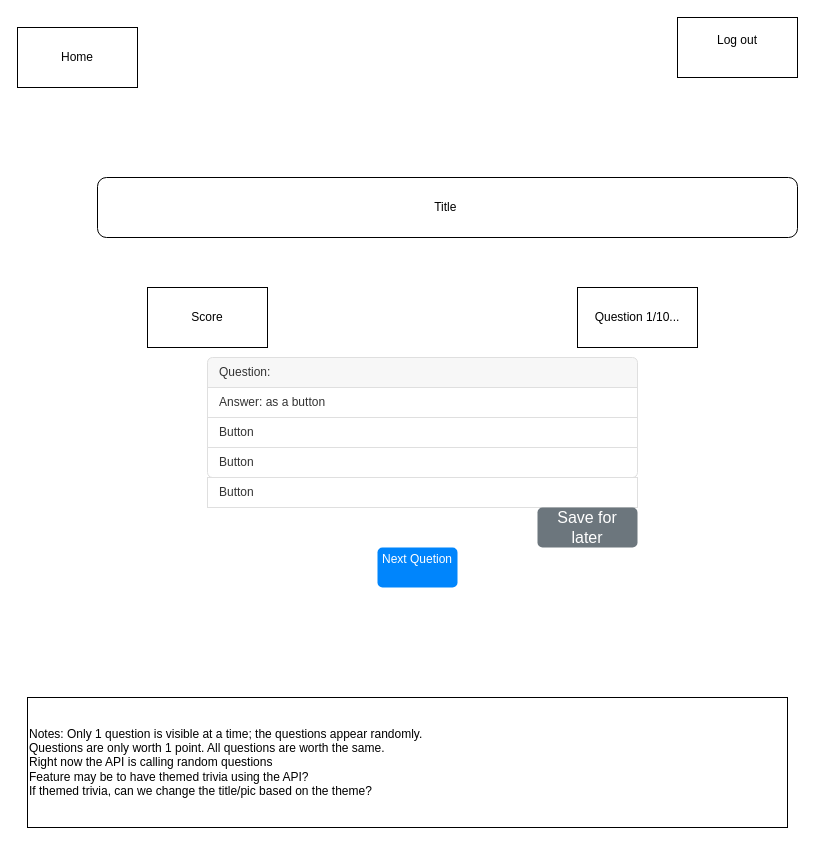
Earlier version of the draw.io diagram triviapage.drawio (Liz-Melcher/OnlineTriviaGame). Source tidied: cells renumbered, new cells numbered last; positions are measured from the earlier drawing's top-left corner, leaving out a move shared by most shapes. Both pictures are drawn from the tidied source at 100%, with x=0, y=0 at pixel (17, 17).
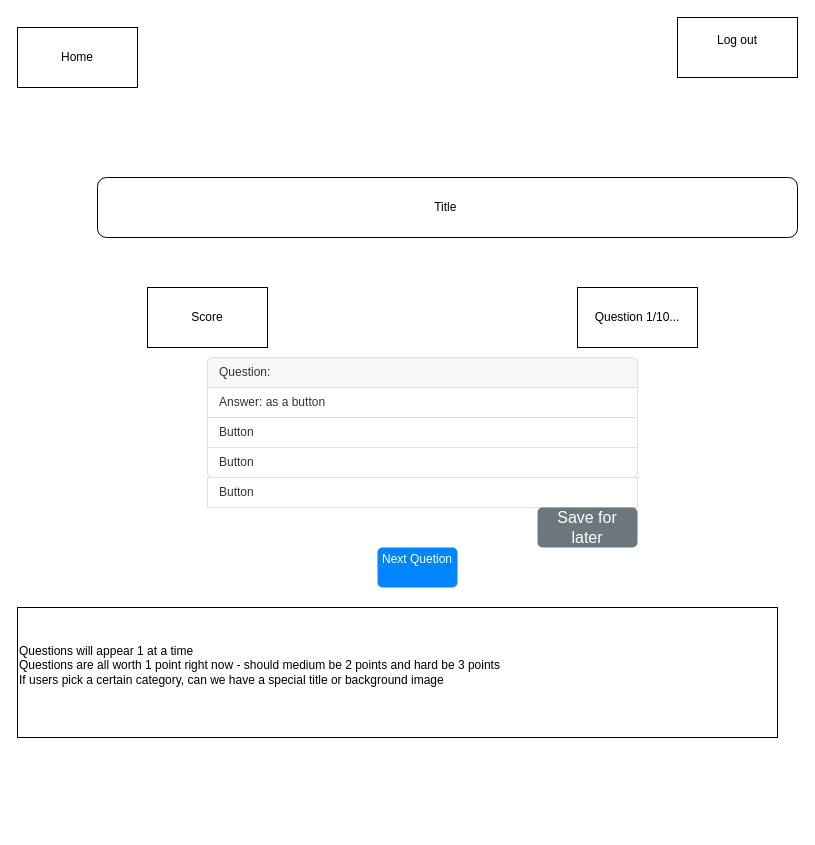
After the change.

What changed in the source:
```diff
@@
 <mxGraphModel>
   <root>
     <mxCell id="0" />
     <mxCell id="1" parent="0" />
     <mxCell id="2" value="Question:&amp;nbsp;&lt;span style=&quot;white-space: pre;&quot;&gt;&#9;&lt;/span&gt;" style="text;strokeColor=#DFDFDF;fillColor=#F7F7F7;align=left;verticalAlign=middle;spacingLeft=10;spacingRight=10;overflow=hidden;whiteSpace=wrap;html=1;shape=mxgraph.bootstrap.topButton;rSize=5;fontColor=#333333;" parent="1" vertex="1">
       <mxGeometry x="190" y="340" width="430" height="30" as="geometry" />
     </mxCell>
     <mxCell id="3" value="Answer: as a button" style="text;strokeColor=#DFDFDF;fillColor=#FFFFFF;align=left;verticalAlign=middle;spacingLeft=10;spacingRight=10;overflow=hidden;whiteSpace=wrap;html=1;rSize=5;fontColor=#333333;" parent="1" vertex="1">
       <mxGeometry x="190" y="370" width="430" height="30" as="geometry" />
     </mxCell>
     <mxCell id="4" value="Button&lt;span style=&quot;white-space: pre;&quot;&gt;&#9;&lt;/span&gt;" style="text;strokeColor=#DFDFDF;fillColor=#FFFFFF;align=left;verticalAlign=middle;spacingLeft=10;spacingRight=10;overflow=hidden;whiteSpace=wrap;html=1;rSize=5;fontColor=#333333;" parent="1" vertex="1">
       <mxGeometry x="190" y="400" width="430" height="30" as="geometry" />
     </mxCell>
     <mxCell id="5" value="Button" style="text;strokeColor=#DFDFDF;fillColor=#FFFFFF;align=left;verticalAlign=middle;spacingLeft=10;spacingRight=10;overflow=hidden;whiteSpace=wrap;html=1;shape=mxgraph.bootstrap.bottomButton;rSize=5;fontColor=#333333;" parent="1" vertex="1">
       <mxGeometry x="190" y="430" width="430" height="30" as="geometry" />
     </mxCell>
     <mxCell id="6" value="Button&amp;nbsp;" style="text;strokeColor=#DFDFDF;fillColor=#FFFFFF;align=left;verticalAlign=middle;spacingLeft=10;spacingRight=10;overflow=hidden;whiteSpace=wrap;html=1;rSize=5;fontColor=#333333;" parent="1" vertex="1">
       <mxGeometry x="190" y="460" width="430" height="30" as="geometry" />
     </mxCell>
     <mxCell id="7" value="&lt;font style=&quot;font-size: 12px; color: rgb(255, 255, 255);&quot;&gt;Next Quetion&lt;/font&gt;&lt;div&gt;&lt;br&gt;&lt;/div&gt;" style="html=1;shadow=0;dashed=0;shape=mxgraph.bootstrap.rrect;rSize=5;strokeColor=none;strokeWidth=1;fillColor=#0085FC;fontColor=#FFFFFF;whiteSpace=wrap;align=center;verticalAlign=middle;spacingLeft=0;fontStyle=0;fontSize=16;spacing=5;" parent="1" vertex="1">
       <mxGeometry x="360" y="530" width="80" height="40" as="geometry" />
     </mxCell>
     <mxCell id="8" value="Save for later" style="html=1;shadow=0;dashed=0;shape=mxgraph.bootstrap.rrect;rSize=5;strokeColor=none;strokeWidth=1;fillColor=#6C767D;fontColor=#FFFFFF;whiteSpace=wrap;align=center;verticalAlign=middle;spacingLeft=0;fontStyle=0;fontSize=16;spacing=5;" parent="1" vertex="1">
       <mxGeometry x="520" y="490" width="100" height="40" as="geometry" />
     </mxCell>
     <mxCell id="9" value="Home" style="rounded=0;whiteSpace=wrap;html=1;" parent="1" vertex="1">
       <mxGeometry y="10" width="120" height="60" as="geometry" />
     </mxCell>
     <mxCell id="10" value="Log out&lt;div&gt;&lt;br&gt;&lt;/div&gt;" style="rounded=0;whiteSpace=wrap;html=1;" parent="1" vertex="1">
       <mxGeometry x="660" width="120" height="60" as="geometry" />
     </mxCell>
     <mxCell id="11" value="Title&amp;nbsp;" style="rounded=1;whiteSpace=wrap;html=1;" parent="1" vertex="1">
       <mxGeometry x="80" y="160" width="700" height="60" as="geometry" />
     </mxCell>
     <mxCell id="12" value="Score" style="rounded=0;whiteSpace=wrap;html=1;" parent="1" vertex="1">
       <mxGeometry x="130" y="270" width="120" height="60" as="geometry" />
     </mxCell>
     <mxCell id="13" value="Question 1/10..." style="rounded=0;whiteSpace=wrap;html=1;" parent="1" vertex="1">
       <mxGeometry x="560" y="270" width="120" height="60" as="geometry" />
     </mxCell>
-    <mxCell id="14" value="Notes: Only 1 question is visible at a time; the questions appear randomly.&amp;nbsp;&lt;div&gt;Questions are only worth 1 point. All questions are worth the same.&lt;/div&gt;&lt;div&gt;Right now the API is calling random questions&lt;/div&gt;&lt;div&gt;Feature may be to have themed trivia using the API?&amp;nbsp;&lt;/div&gt;&lt;div&gt;If themed trivia, can we change the title/pic based on the theme?&amp;nbsp;&lt;/div&gt;" style="rounded=0;whiteSpace=wrap;html=1;align=left;" parent="1" vertex="1">
-      <mxGeometry x="10" y="680" width="760" height="130" as="geometry" />
+    <mxCell id="14" value="Questions will appear 1 at a time&lt;div&gt;Questions are all worth 1 point right now - should medium be 2 points and hard be 3 points&amp;nbsp;&lt;/div&gt;&lt;div&gt;If users pick a certain category, can we have a special title or background image&lt;/div&gt;&lt;div&gt;&lt;br&gt;&lt;/div&gt;" style="rounded=0;whiteSpace=wrap;html=1;align=left;" parent="1" vertex="1">
+      <mxGeometry y="590" width="760" height="130" as="geometry" />
     </mxCell>
   </root>
 </mxGraphModel>
```
